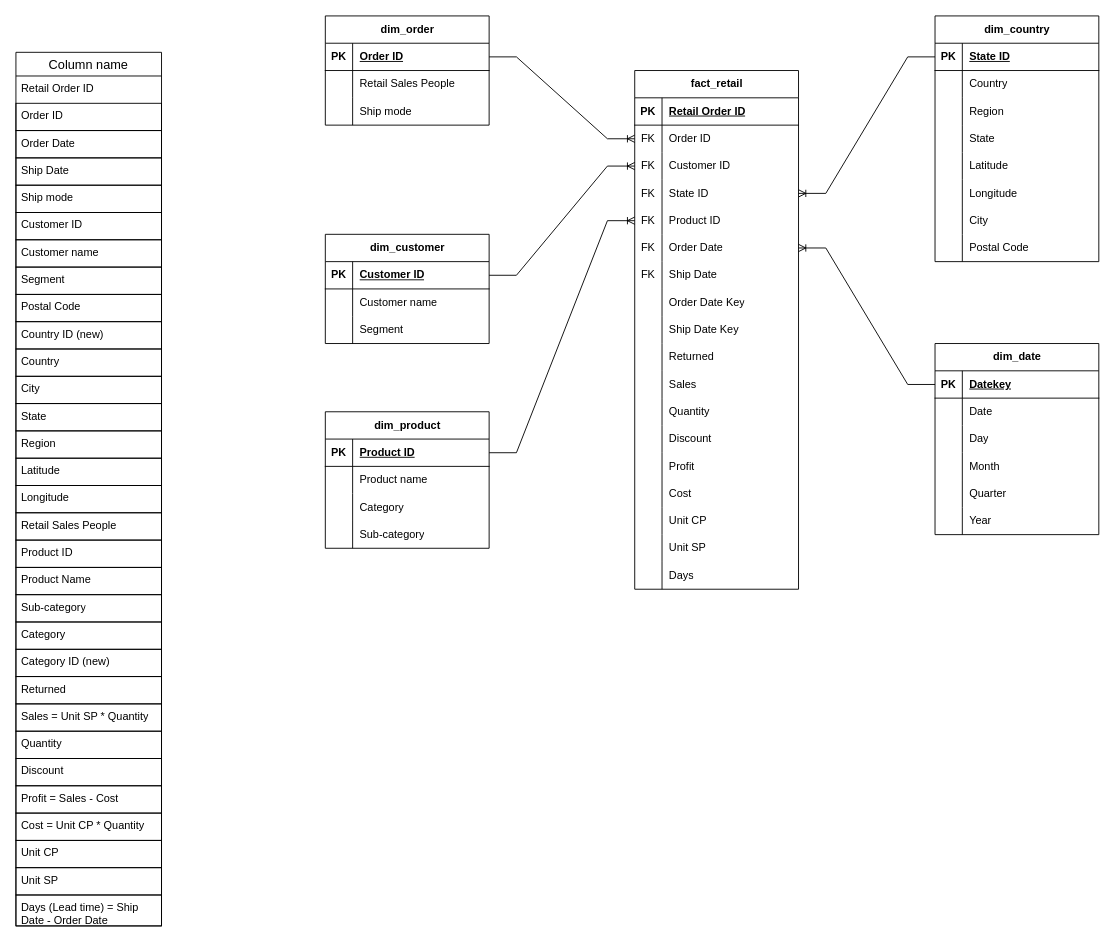
Before: Supply Chain & Sales performance/Data schema.drawio in leduckie/supplychainproject, a draw.io diagram. Source tidied: cells renumbered, new cells numbered last; positions are measured from the earlier drawing's top-left corner, leaving out a move shared by most shapes. Both pictures are drawn from the tidied source at 91%, with x=0, y=0 at pixel (15, 15).
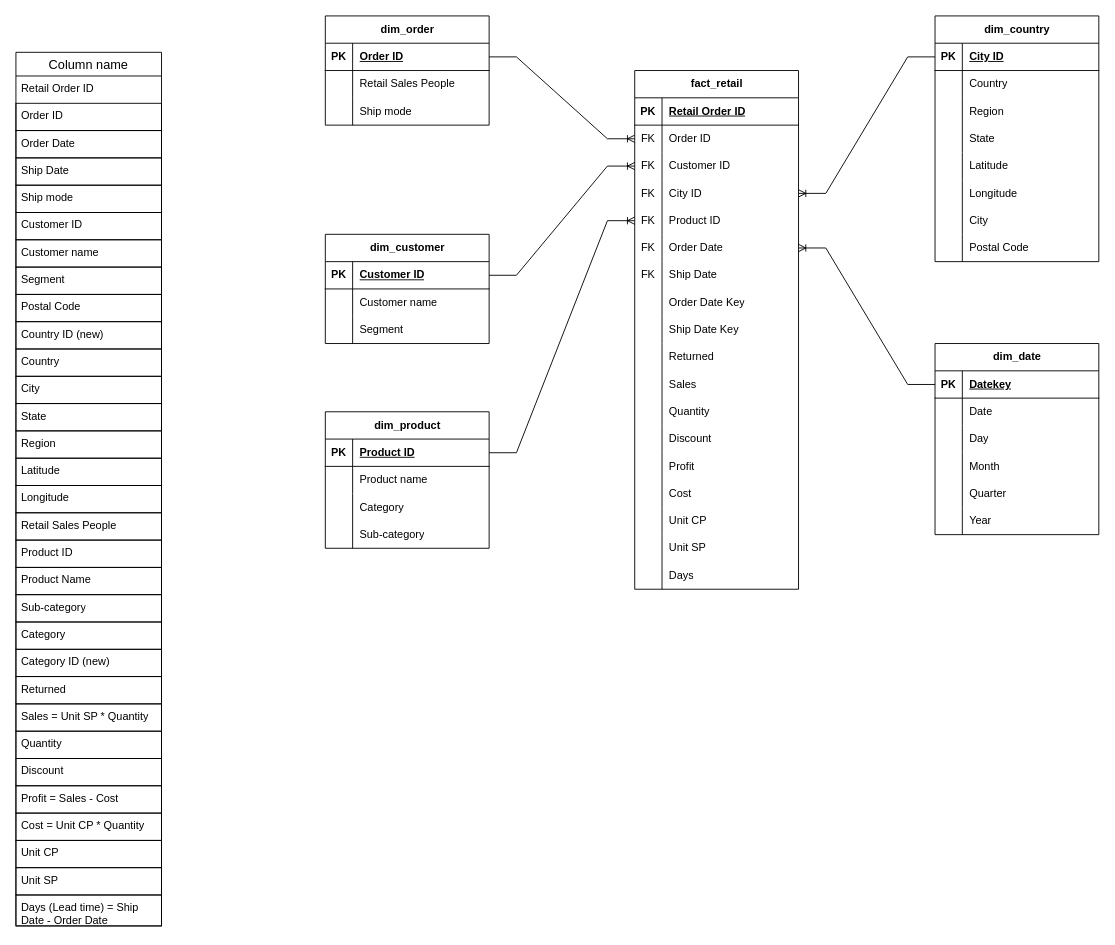
The same diagram, later.

Commit message:
Cập nhật Data schema.drawio

Unchanged cells that the change refers to:
```xml
<mxCell id="44" style="shape=tableRow;horizontal=0;startSize=0;swimlaneHead=0;swimlaneBody=0;fillColor=none;points=[[0,0.5],[1,0.5]];portConstraint=eastwest;top=0;left=0;right=0;bottom=0;" parent="34" vertex="1">
  <mxGeometry y="120" width="180" height="30" as="geometry" />
</mxCell>
<mxCell id="110" style="shape=tableRow;horizontal=0;startSize=0;swimlaneHead=0;swimlaneBody=0;fillColor=none;points=[[0,0.5],[1,0.5]];portConstraint=eastwest;top=0;left=0;right=0;bottom=1;" parent="109" vertex="1">
  <mxGeometry y="30" width="180" height="30" as="geometry" />
</mxCell>
```

Diff of the diagram source:
```diff
@@
-    <mxCell id="46" value="State ID" style="shape=partialRectangle;fillColor=none;top=0;left=0;bottom=0;right=0;align=left;spacingLeft=6;overflow=hidden;whiteSpace=wrap;html=1;" parent="44" vertex="1">
+    <mxCell id="46" value="City ID" style="shape=partialRectangle;fillColor=none;top=0;left=0;bottom=0;right=0;align=left;spacingLeft=6;overflow=hidden;whiteSpace=wrap;html=1;" parent="44" vertex="1">
       <mxGeometry x="30" width="150" height="30" as="geometry" />
     </mxCell>
@@
-    <mxCell id="112" value="State ID" style="shape=partialRectangle;fillColor=none;top=0;left=0;bottom=0;right=0;align=left;spacingLeft=6;fontStyle=5;overflow=hidden;whiteSpace=wrap;html=1;" parent="110" vertex="1">
+    <mxCell id="112" value="City ID" style="shape=partialRectangle;fillColor=none;top=0;left=0;bottom=0;right=0;align=left;spacingLeft=6;fontStyle=5;overflow=hidden;whiteSpace=wrap;html=1;" parent="110" vertex="1">
       <mxGeometry x="30" width="150" height="30" as="geometry" />
     </mxCell>
```
